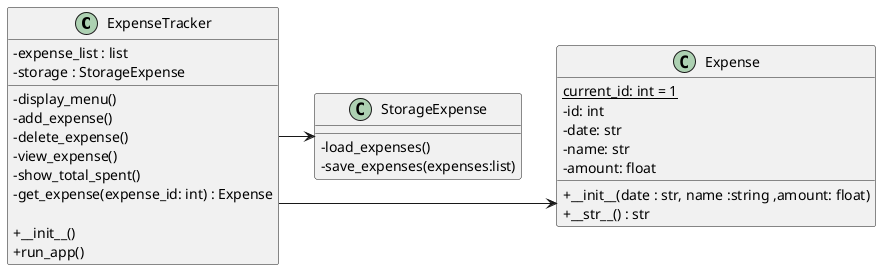
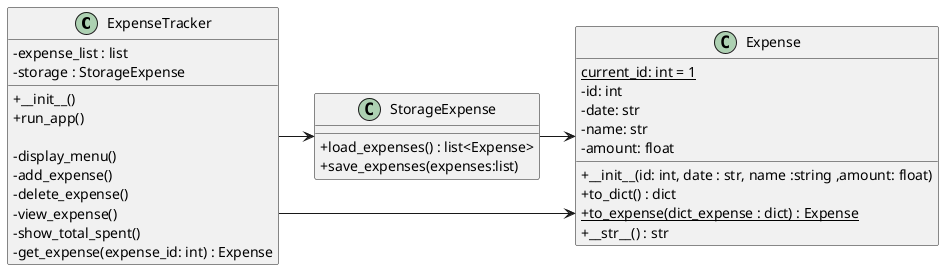
@startuml Class diagram
'https://plantuml.com/class-diagram

skinparam classAttributeIconSize 0
top to bottom direction
skinparam linetype ortho


class ExpenseTracker {

    - expense_list : list
    - storage : StorageExpense

+     + __init__()
+     + run_app()
+ 
    - display_menu()
    - add_expense()
    - delete_expense()
    - view_expense()
    - show_total_spent()
    - get_expense(expense_id: int) : Expense
- 
-     + __init__()
-     + run_app()
- 
}

class Expense {

    {static} current_id: int = 1
    - id: int
    - date: str
    - name: str
    - amount: float

-     + __init__(date : str, name :string ,amount: float)
+     + __init__(id: int, date : str, name :string ,amount: float)
+     + to_dict() : dict
+     {static} + to_expense(dict_expense : dict) : Expense
    + __str__() : str


}

class StorageExpense {

-     - load_expenses()
-     - save_expenses(expenses:list)
+     + load_expenses() : list<Expense>
+     + save_expenses(expenses:list)
}

ExpenseTracker -> Expense
ExpenseTracker -> StorageExpense
+ StorageExpense -> Expense

@enduml